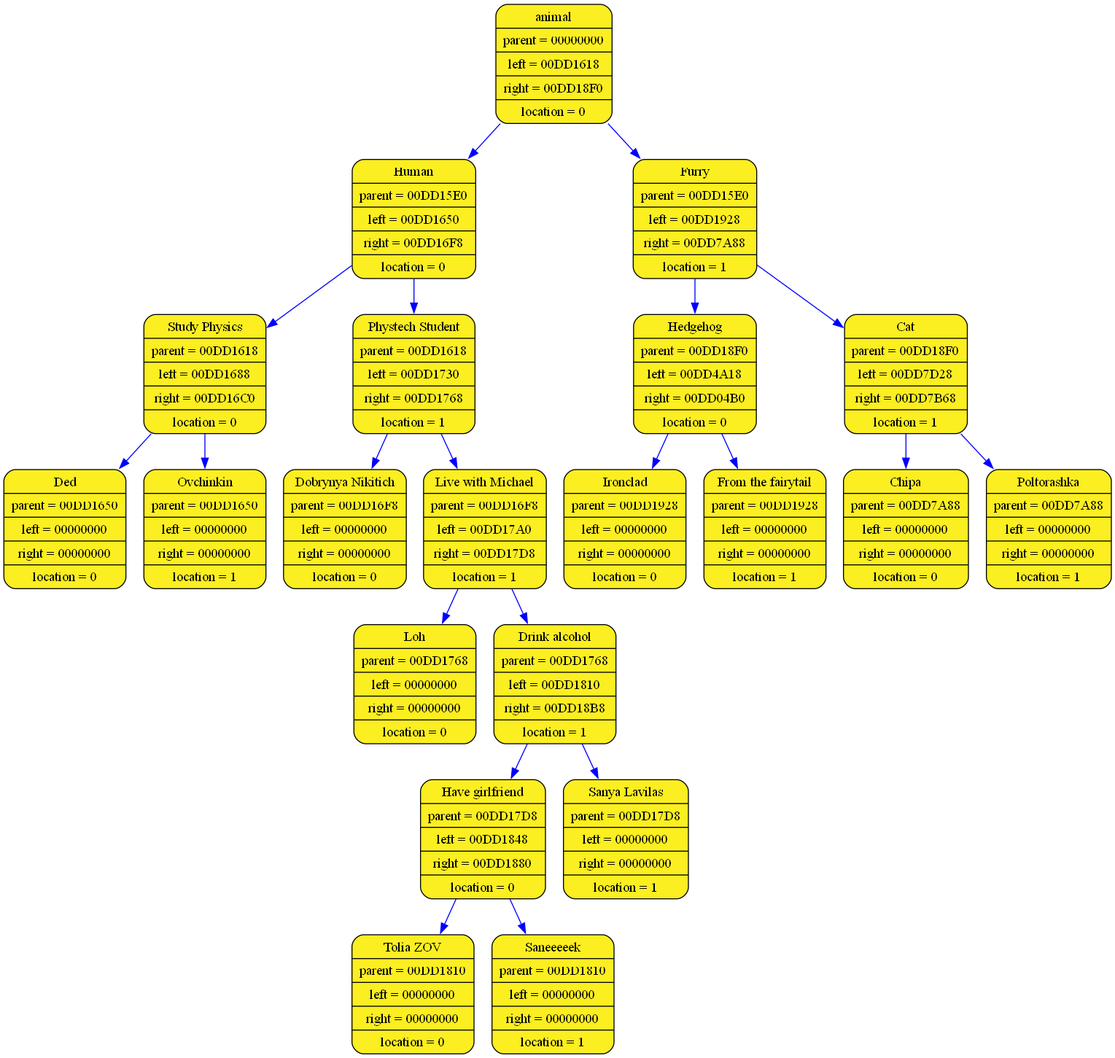
Earlier version of the Graphviz export log_folder_acinator/acinator_graph.png (aywert/ACINATOR). Its source is kept beside it as log_folder_acinator/acinator_graph.dot.
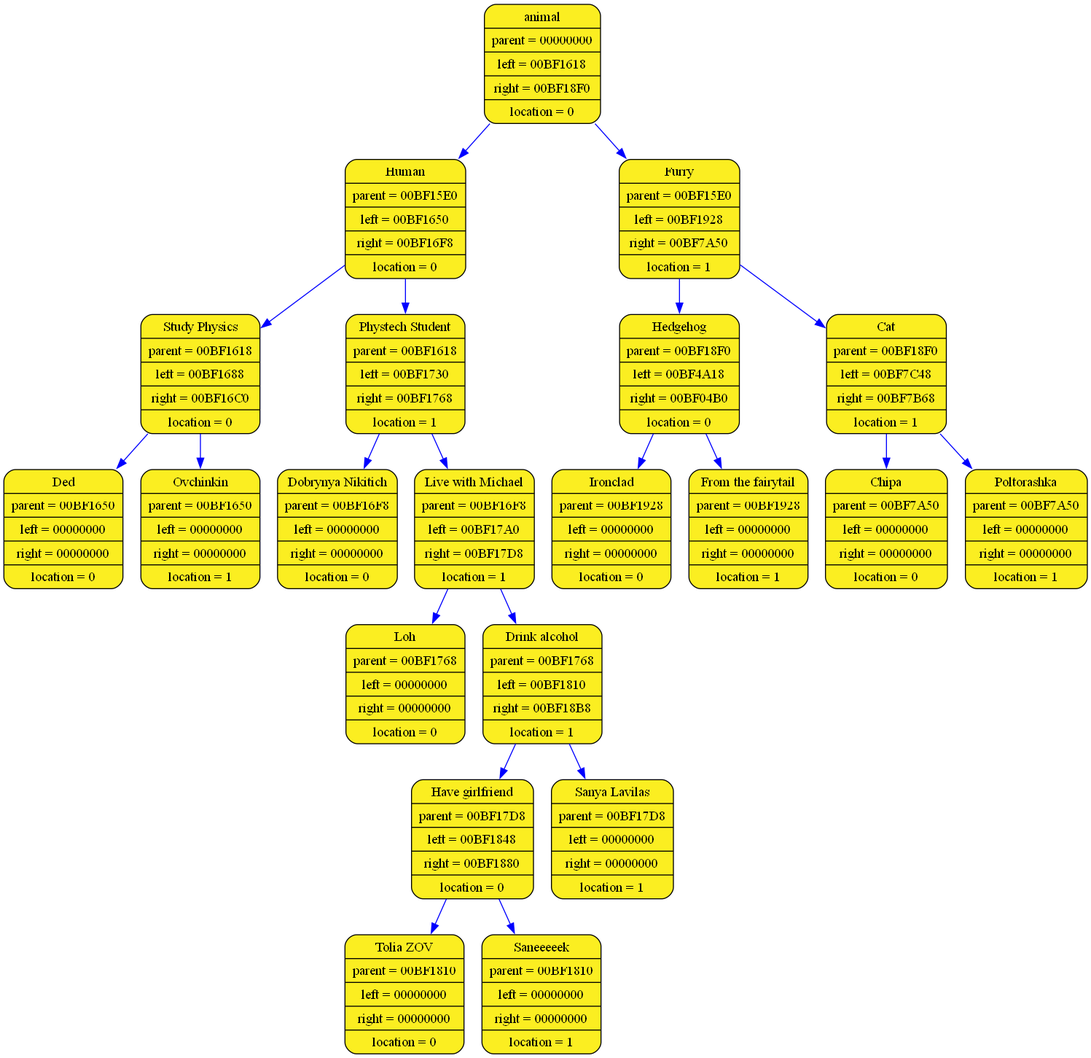
The same file after the commit.

What changed in the source:
```diff
@@ -1,45 +1,45 @@
 digraph list
 {
 rankdir=HR;
-	14489060 [shape = Mrecord; style = filled; fillcolor="#FBEE21"; color = "#000000"; fontcolor = "#000000"; label = "{ animal| parent = 00000000| left = 00DD1618| right = 00DD18F0| location = 0}"];
-	14489116 [shape = Mrecord; style = filled; fillcolor="#FBEE21"; color = "#000000"; fontcolor = "#000000"; label = "{ Human| parent = 00DD15E0| left = 00DD1650| right = 00DD16F8| location = 0}"];
-	14489060 -> 14489116 [color="blue"]
-	14489172 [shape = Mrecord; style = filled; fillcolor="#FBEE21"; color = "#000000"; fontcolor = "#000000"; label = "{ Study Physics| parent = 00DD1618| left = 00DD1688| right = 00DD16C0| location = 0}"];
-	14489116 -> 14489172 [color="blue"]
-	14489228 [shape = Mrecord; style = filled; fillcolor="#FBEE21"; color = "#000000"; fontcolor = "#000000"; label = "{ Ded| parent = 00DD1650| left = 00000000| right = 00000000| location = 0}"];
-	14489172 -> 14489228 [color="blue"]
-	14489284 [shape = Mrecord; style = filled; fillcolor="#FBEE21"; color = "#000000"; fontcolor = "#000000"; label = "{ Ovchinkin| parent = 00DD1650| left = 00000000| right = 00000000| location = 1}"];
-	14489172 -> 14489284 [color="blue"]
-	14489340 [shape = Mrecord; style = filled; fillcolor="#FBEE21"; color = "#000000"; fontcolor = "#000000"; label = "{ Phystech Student| parent = 00DD1618| left = 00DD1730| right = 00DD1768| location = 1}"];
-	14489116 -> 14489340 [color="blue"]
-	14489396 [shape = Mrecord; style = filled; fillcolor="#FBEE21"; color = "#000000"; fontcolor = "#000000"; label = "{ Dobrynya Nikitich| parent = 00DD16F8| left = 00000000| right = 00000000| location = 0}"];
-	14489340 -> 14489396 [color="blue"]
-	14489452 [shape = Mrecord; style = filled; fillcolor="#FBEE21"; color = "#000000"; fontcolor = "#000000"; label = "{ Live with Michael| parent = 00DD16F8| left = 00DD17A0| right = 00DD17D8| location = 1}"];
-	14489340 -> 14489452 [color="blue"]
-	14489508 [shape = Mrecord; style = filled; fillcolor="#FBEE21"; color = "#000000"; fontcolor = "#000000"; label = "{ Loh| parent = 00DD1768| left = 00000000| right = 00000000| location = 0}"];
-	14489452 -> 14489508 [color="blue"]
-	14489564 [shape = Mrecord; style = filled; fillcolor="#FBEE21"; color = "#000000"; fontcolor = "#000000"; label = "{ Drink alcohol| parent = 00DD1768| left = 00DD1810| right = 00DD18B8| location = 1}"];
-	14489452 -> 14489564 [color="blue"]
-	14489620 [shape = Mrecord; style = filled; fillcolor="#FBEE21"; color = "#000000"; fontcolor = "#000000"; label = "{ Have girlfriend| parent = 00DD17D8| left = 00DD1848| right = 00DD1880| location = 0}"];
-	14489564 -> 14489620 [color="blue"]
-	14489676 [shape = Mrecord; style = filled; fillcolor="#FBEE21"; color = "#000000"; fontcolor = "#000000"; label = "{ Tolia ZOV| parent = 00DD1810| left = 00000000| right = 00000000| location = 0}"];
-	14489620 -> 14489676 [color="blue"]
-	14489732 [shape = Mrecord; style = filled; fillcolor="#FBEE21"; color = "#000000"; fontcolor = "#000000"; label = "{ Saneeeeek| parent = 00DD1810| left = 00000000| right = 00000000| location = 1}"];
-	14489620 -> 14489732 [color="blue"]
-	14489788 [shape = Mrecord; style = filled; fillcolor="#FBEE21"; color = "#000000"; fontcolor = "#000000"; label = "{ Sanya Lavilas| parent = 00DD17D8| left = 00000000| right = 00000000| location = 1}"];
-	14489564 -> 14489788 [color="blue"]
-	14489844 [shape = Mrecord; style = filled; fillcolor="#FBEE21"; color = "#000000"; fontcolor = "#000000"; label = "{ Furry| parent = 00DD15E0| left = 00DD1928| right = 00DD7A88| location = 1}"];
-	14489060 -> 14489844 [color="blue"]
-	14489900 [shape = Mrecord; style = filled; fillcolor="#FBEE21"; color = "#000000"; fontcolor = "#000000"; label = "{ Hedgehog| parent = 00DD18F0| left = 00DD4A18| right = 00DD04B0| location = 0}"];
-	14489844 -> 14489900 [color="blue"]
-	14502428 [shape = Mrecord; style = filled; fillcolor="#FBEE21"; color = "#000000"; fontcolor = "#000000"; label = "{ Ironclad| parent = 00DD1928| left = 00000000| right = 00000000| location = 0}"];
-	14489900 -> 14502428 [color="blue"]
-	14484660 [shape = Mrecord; style = filled; fillcolor="#FBEE21"; color = "#000000"; fontcolor = "#000000"; label = "{ From the fairytail| parent = 00DD1928| left = 00000000| right = 00000000| location = 1}"];
-	14489900 -> 14484660 [color="blue"]
-	14514828 [shape = Mrecord; style = filled; fillcolor="#FBEE21"; color = "#000000"; fontcolor = "#000000"; label = "{ Cat| parent = 00DD18F0| left = 00DD7D28| right = 00DD7B68| location = 1}"];
-	14489844 -> 14514828 [color="blue"]
-	14515500 [shape = Mrecord; style = filled; fillcolor="#FBEE21"; color = "#000000"; fontcolor = "#000000"; label = "{ Chipa| parent = 00DD7A88| left = 00000000| right = 00000000| location = 0}"];
-	14514828 -> 14515500 [color="blue"]
-	14515052 [shape = Mrecord; style = filled; fillcolor="#FBEE21"; color = "#000000"; fontcolor = "#000000"; label = "{ Poltorashka| parent = 00DD7A88| left = 00000000| right = 00000000| location = 1}"];
-	14514828 -> 14515052 [color="blue"]
+	12522980 [shape = Mrecord; style = filled; fillcolor="#FBEE21"; color = "#000000"; fontcolor = "#000000"; label = "{ animal| parent = 00000000| left = 00BF1618| right = 00BF18F0| location = 0}"];
+	12523036 [shape = Mrecord; style = filled; fillcolor="#FBEE21"; color = "#000000"; fontcolor = "#000000"; label = "{ Human| parent = 00BF15E0| left = 00BF1650| right = 00BF16F8| location = 0}"];
+	12522980 -> 12523036 [color="blue"]
+	12523092 [shape = Mrecord; style = filled; fillcolor="#FBEE21"; color = "#000000"; fontcolor = "#000000"; label = "{ Study Physics| parent = 00BF1618| left = 00BF1688| right = 00BF16C0| location = 0}"];
+	12523036 -> 12523092 [color="blue"]
+	12523148 [shape = Mrecord; style = filled; fillcolor="#FBEE21"; color = "#000000"; fontcolor = "#000000"; label = "{ Ded| parent = 00BF1650| left = 00000000| right = 00000000| location = 0}"];
+	12523092 -> 12523148 [color="blue"]
+	12523204 [shape = Mrecord; style = filled; fillcolor="#FBEE21"; color = "#000000"; fontcolor = "#000000"; label = "{ Ovchinkin| parent = 00BF1650| left = 00000000| right = 00000000| location = 1}"];
+	12523092 -> 12523204 [color="blue"]
+	12523260 [shape = Mrecord; style = filled; fillcolor="#FBEE21"; color = "#000000"; fontcolor = "#000000"; label = "{ Phystech Student| parent = 00BF1618| left = 00BF1730| right = 00BF1768| location = 1}"];
+	12523036 -> 12523260 [color="blue"]
+	12523316 [shape = Mrecord; style = filled; fillcolor="#FBEE21"; color = "#000000"; fontcolor = "#000000"; label = "{ Dobrynya Nikitich| parent = 00BF16F8| left = 00000000| right = 00000000| location = 0}"];
+	12523260 -> 12523316 [color="blue"]
+	12523372 [shape = Mrecord; style = filled; fillcolor="#FBEE21"; color = "#000000"; fontcolor = "#000000"; label = "{ Live with Michael| parent = 00BF16F8| left = 00BF17A0| right = 00BF17D8| location = 1}"];
+	12523260 -> 12523372 [color="blue"]
+	12523428 [shape = Mrecord; style = filled; fillcolor="#FBEE21"; color = "#000000"; fontcolor = "#000000"; label = "{ Loh| parent = 00BF1768| left = 00000000| right = 00000000| location = 0}"];
+	12523372 -> 12523428 [color="blue"]
+	12523484 [shape = Mrecord; style = filled; fillcolor="#FBEE21"; color = "#000000"; fontcolor = "#000000"; label = "{ Drink alcohol| parent = 00BF1768| left = 00BF1810| right = 00BF18B8| location = 1}"];
+	12523372 -> 12523484 [color="blue"]
+	12523540 [shape = Mrecord; style = filled; fillcolor="#FBEE21"; color = "#000000"; fontcolor = "#000000"; label = "{ Have girlfriend| parent = 00BF17D8| left = 00BF1848| right = 00BF1880| location = 0}"];
+	12523484 -> 12523540 [color="blue"]
+	12523596 [shape = Mrecord; style = filled; fillcolor="#FBEE21"; color = "#000000"; fontcolor = "#000000"; label = "{ Tolia ZOV| parent = 00BF1810| left = 00000000| right = 00000000| location = 0}"];
+	12523540 -> 12523596 [color="blue"]
+	12523652 [shape = Mrecord; style = filled; fillcolor="#FBEE21"; color = "#000000"; fontcolor = "#000000"; label = "{ Saneeeeek| parent = 00BF1810| left = 00000000| right = 00000000| location = 1}"];
+	12523540 -> 12523652 [color="blue"]
+	12523708 [shape = Mrecord; style = filled; fillcolor="#FBEE21"; color = "#000000"; fontcolor = "#000000"; label = "{ Sanya Lavilas| parent = 00BF17D8| left = 00000000| right = 00000000| location = 1}"];
+	12523484 -> 12523708 [color="blue"]
+	12523764 [shape = Mrecord; style = filled; fillcolor="#FBEE21"; color = "#000000"; fontcolor = "#000000"; label = "{ Furry| parent = 00BF15E0| left = 00BF1928| right = 00BF7A50| location = 1}"];
+	12522980 -> 12523764 [color="blue"]
+	12523820 [shape = Mrecord; style = filled; fillcolor="#FBEE21"; color = "#000000"; fontcolor = "#000000"; label = "{ Hedgehog| parent = 00BF18F0| left = 00BF4A18| right = 00BF04B0| location = 0}"];
+	12523764 -> 12523820 [color="blue"]
+	12536348 [shape = Mrecord; style = filled; fillcolor="#FBEE21"; color = "#000000"; fontcolor = "#000000"; label = "{ Ironclad| parent = 00BF1928| left = 00000000| right = 00000000| location = 0}"];
+	12523820 -> 12536348 [color="blue"]
+	12518580 [shape = Mrecord; style = filled; fillcolor="#FBEE21"; color = "#000000"; fontcolor = "#000000"; label = "{ From the fairytail| parent = 00BF1928| left = 00000000| right = 00000000| location = 1}"];
+	12523820 -> 12518580 [color="blue"]
+	12548692 [shape = Mrecord; style = filled; fillcolor="#FBEE21"; color = "#000000"; fontcolor = "#000000"; label = "{ Cat| parent = 00BF18F0| left = 00BF7C48| right = 00BF7B68| location = 1}"];
+	12523764 -> 12548692 [color="blue"]
+	12549196 [shape = Mrecord; style = filled; fillcolor="#FBEE21"; color = "#000000"; fontcolor = "#000000"; label = "{ Chipa| parent = 00BF7A50| left = 00000000| right = 00000000| location = 0}"];
+	12548692 -> 12549196 [color="blue"]
+	12548972 [shape = Mrecord; style = filled; fillcolor="#FBEE21"; color = "#000000"; fontcolor = "#000000"; label = "{ Poltorashka| parent = 00BF7A50| left = 00000000| right = 00000000| location = 1}"];
+	12548692 -> 12548972 [color="blue"]
 	}
```
